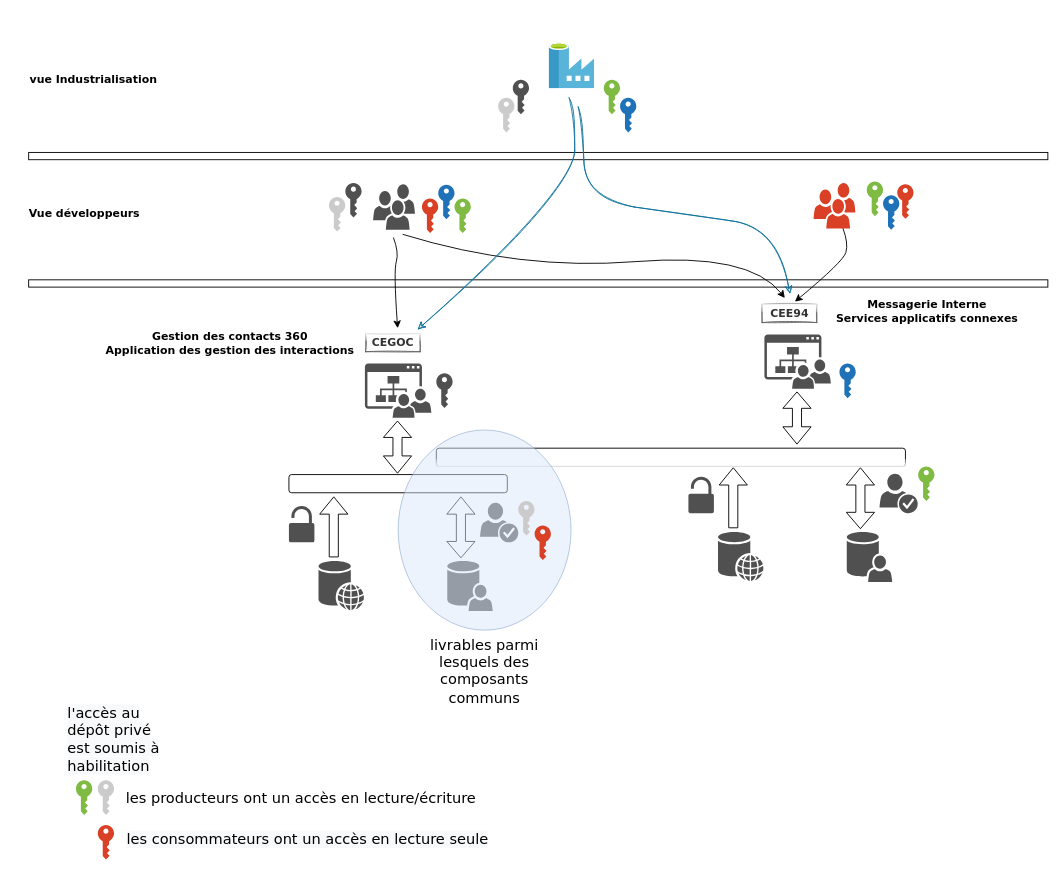
The draw.io diagram page "cia_arti_uld" (2 of 2) of cia_artifactory_diagram.drawio in jmrablat/diagrams, before the edit. Source tidied: cells renumbered, new cells numbered last; positions are measured from the earlier drawing's top-left corner, leaving out a move shared by most shapes. Both pictures are drawn from the tidied source at 91%, with x=0, y=0 at pixel (20, 43).
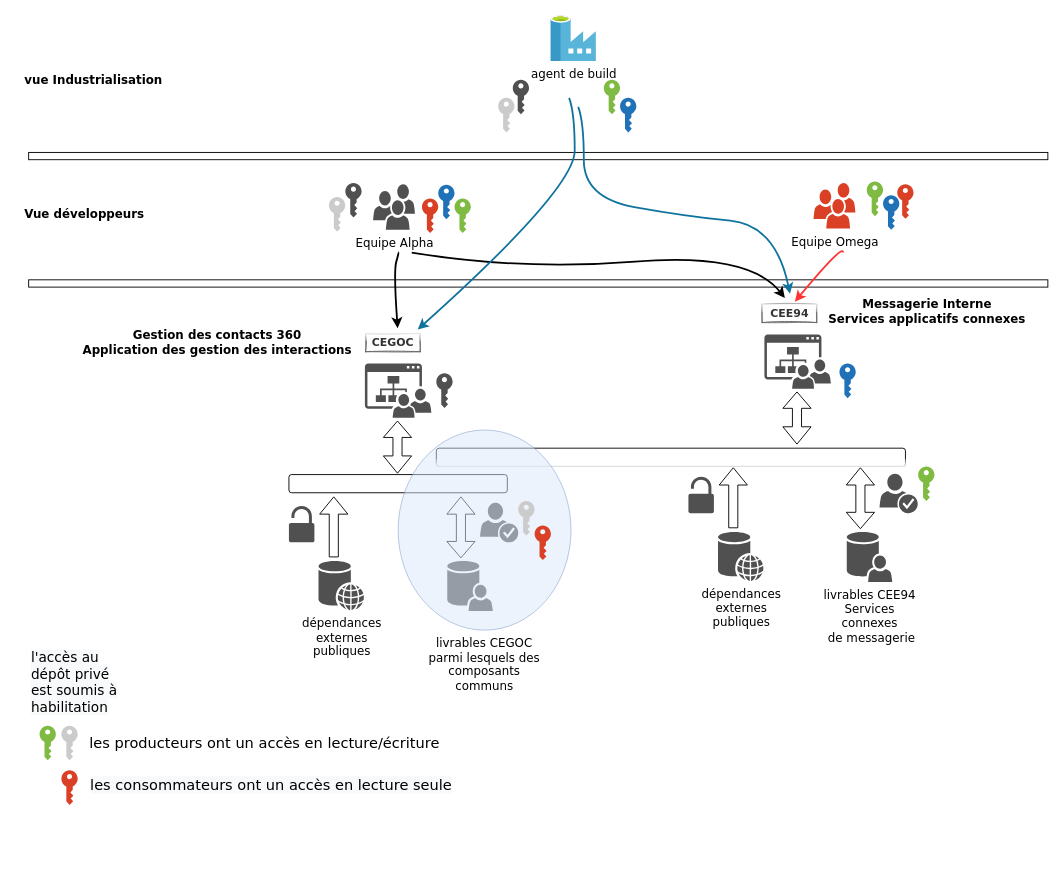
The same diagram, later.

Commit message:
uniformisation polices

The change refers to these unchanged cells:
```xml
<mxCell id="23" value="CEE94" style="text;align=center;verticalAlign=middle;points=[];fillColor=#f5f5f5;strokeColor=#666666;rounded=0;shadow=0;glass=1;sketch=1;fontFamily=Verdana;html=1;fontStyle=1;fontColor=#333333;" parent="1" vertex="1">
  <mxGeometry x="815" y="287" width="60" height="20" as="geometry" />
</mxCell>
<mxCell id="25" value="CEGOC" style="text;align=center;verticalAlign=middle;points=[];rounded=0;shadow=0;glass=1;sketch=1;fontFamily=Verdana;html=1;fontStyle=1;fillColor=#f5f5f5;strokeColor=#666666;fontColor=#333333;" parent="1" vertex="1">
  <mxGeometry x="379.2" y="319" width="60" height="20" as="geometry" />
</mxCell>
<mxCell id="54" style="whiteSpace=wrap;html=1;rounded=0;shadow=0;glass=1;sketch=0;fillColor=none;gradientColor=none;fontFamily=Verdana;fontSize=16;fontColor=#000000;" parent="1" vertex="1">
  <mxGeometry x="9" y="260" width="1120" height="8" as="geometry" />
</mxCell>
```

The edit, as a diff of the source:
```diff
@@
-    <mxCell id="4" style="shadow=0;dashed=0;html=1;strokeColor=none;fillColor=#505050;labelPosition=center;verticalLabelPosition=bottom;verticalAlign=top;align=center;shape=mxgraph.office.databases.web_store;sketch=0;" parent="1" vertex="1">
+    <mxCell id="4" value="dépendances&lt;br style=&quot;font-size: 13px&quot;&gt;externes&lt;br style=&quot;font-size: 13px&quot;&gt;publiques" style="shadow=0;dashed=0;html=1;strokeColor=none;fillColor=#505050;labelPosition=center;verticalLabelPosition=bottom;verticalAlign=top;align=center;shape=mxgraph.office.databases.web_store;sketch=0;fontSize=13;fontFamily=Verdana;" parent="1" vertex="1">
       <mxGeometry x="327.5" y="569" width="50" height="54" as="geometry" />
     </mxCell>
@@
-    <mxCell id="12" style="shadow=0;dashed=0;html=1;strokeColor=none;fillColor=#505050;labelPosition=center;verticalLabelPosition=bottom;verticalAlign=top;align=center;shape=mxgraph.office.users.users;sketch=0;" parent="1" vertex="1">
+    <mxCell id="12" value="Equipe Alpha" style="shadow=0;dashed=0;html=1;strokeColor=none;fillColor=#505050;labelPosition=center;verticalLabelPosition=bottom;verticalAlign=top;align=center;shape=mxgraph.office.users.users;sketch=0;fontFamily=Verdana;fontSize=13;" parent="1" vertex="1">
       <mxGeometry x="387.5" y="155" width="46" height="50" as="geometry" />
     </mxCell>
-    <mxCell id="13" style="shadow=0;dashed=0;html=1;strokeColor=none;fillColor=#505050;labelPosition=center;verticalLabelPosition=bottom;verticalAlign=top;align=center;shape=mxgraph.office.users.user_store;sketch=0;" parent="1" vertex="1">
+    <mxCell id="13" value="&lt;font style=&quot;font-size: 13px&quot;&gt;livrables CEE94&lt;br&gt;Services&lt;br&gt;connexes&lt;br&gt;&amp;nbsp;de messagerie&lt;/font&gt;" style="shadow=0;dashed=0;html=1;strokeColor=none;fillColor=#505050;labelPosition=center;verticalLabelPosition=bottom;verticalAlign=top;align=center;shape=mxgraph.office.users.user_store;sketch=0;fontFamily=Verdana;" parent="1" vertex="1">
       <mxGeometry x="908" y="537" width="50" height="55" as="geometry" />
     </mxCell>
-    <mxCell id="14" style="shadow=0;dashed=0;html=1;strokeColor=none;fillColor=#505050;labelPosition=center;verticalLabelPosition=bottom;verticalAlign=top;align=center;shape=mxgraph.office.databases.web_store;sketch=0;" parent="1" vertex="1">
+    <mxCell id="14" value="&lt;font style=&quot;font-size: 13px&quot;&gt;dépendances&lt;br&gt;externes&lt;br&gt;publiques&lt;/font&gt;" style="shadow=0;dashed=0;html=1;strokeColor=none;fillColor=#505050;labelPosition=center;verticalLabelPosition=bottom;verticalAlign=top;align=center;shape=mxgraph.office.databases.web_store;sketch=0;fontFamily=Verdana;" parent="1" vertex="1">
       <mxGeometry x="766.5" y="537" width="50" height="54" as="geometry" />
     </mxCell>
@@
-    <mxCell id="22" value="livrables parmi lesquels des&lt;br style=&quot;font-size: 16px;&quot;&gt;composants&lt;br style=&quot;font-size: 16px;&quot;&gt;communs" style="ellipse;whiteSpace=wrap;html=1;rounded=0;shadow=0;strokeWidth=1;fillColor=#dae8fc;fontSize=16;align=center;strokeColor=#6c8ebf;opacity=50;rotation=0;verticalAlign=top;labelPosition=center;verticalLabelPosition=bottom;fontFamily=Verdana;" parent="1" vertex="1">
+    <mxCell id="22" value="livrables CEGOC &lt;br&gt;parmi lesquels des&lt;br style=&quot;font-size: 13px&quot;&gt;composants&lt;br style=&quot;font-size: 13px&quot;&gt;communs" style="ellipse;whiteSpace=wrap;html=1;rounded=0;shadow=0;strokeWidth=1;fillColor=#dae8fc;fontSize=13;align=center;strokeColor=#6c8ebf;opacity=50;rotation=0;verticalAlign=top;labelPosition=center;verticalLabelPosition=bottom;fontFamily=Verdana;" parent="1" vertex="1">
       <mxGeometry x="415" y="425" width="190" height="220" as="geometry" />
     </mxCell>
@@
-    <mxCell id="24" value="Messagerie Interne&lt;br&gt;Services applicatifs connexes" style="text;html=1;align=center;verticalAlign=middle;fillColor=none;strokeColor=none;rounded=0;shadow=0;glass=1;sketch=1;fontFamily=Verdana;fontStyle=1;" parent="1" vertex="1">
-      <mxGeometry x="890.5" y="280" width="210" height="30" as="geometry" />
+    <mxCell id="24" value="Messagerie Interne&lt;br style=&quot;font-size: 13px;&quot;&gt;Services applicatifs connexes" style="text;html=1;align=center;verticalAlign=middle;fillColor=none;strokeColor=none;rounded=0;shadow=0;glass=1;sketch=1;fontFamily=Verdana;fontStyle=1;fontSize=13;" parent="1" vertex="1">
+      <mxGeometry x="880.5" y="275" width="230" height="40" as="geometry" />
     </mxCell>
@@
-    <mxCell id="26" value="Gestion des contacts 360&lt;br&gt;Application des gestion des interactions" style="text;html=1;align=center;verticalAlign=middle;fillColor=none;strokeColor=none;rounded=0;shadow=0;glass=1;sketch=1;fontFamily=Verdana;fontStyle=1;" parent="1" vertex="1">
-      <mxGeometry x="85" y="315" width="290" height="30" as="geometry" />
+    <mxCell id="26" value="Gestion des contacts 360&lt;br style=&quot;font-size: 13px;&quot;&gt;Application des gestion des interactions" style="text;html=1;align=center;verticalAlign=middle;fillColor=none;strokeColor=none;rounded=0;shadow=0;glass=1;sketch=1;fontFamily=Verdana;fontStyle=1;fontSize=13;" parent="1" vertex="1">
+      <mxGeometry x="61" y="309" width="310" height="40" as="geometry" />
     </mxCell>
-    <mxCell id="27" style="html=1;align=center;image;fontSize=12;image=img/lib/mscae/Data_Factory.svg;rounded=0;shadow=0;glass=1;sketch=0;fillColor=none;gradientColor=none;" parent="1" vertex="1">
-      <mxGeometry x="581" width="50" height="50" as="geometry" />
+    <mxCell id="27" value="agent de build" style="html=1;align=center;image;fontSize=13;image=img/lib/mscae/Data_Factory.svg;rounded=0;shadow=0;glass=1;sketch=0;fillColor=none;gradientColor=none;fontFamily=Verdana;" parent="1" vertex="1">
+      <mxGeometry x="582.9" y="-30" width="50" height="50" as="geometry" />
     </mxCell>
@@
-    <mxCell id="30" value="vue Industrialisation" style="text;html=1;align=center;verticalAlign=middle;fillColor=none;strokeColor=none;rounded=0;shadow=0;glass=1;sketch=1;fontFamily=Verdana;fontStyle=1;" parent="1" vertex="1">
-      <mxGeometry y="30" width="160" height="20" as="geometry" />
+    <mxCell id="30" value="vue Industrialisation" style="text;html=1;align=center;verticalAlign=middle;fillColor=none;strokeColor=none;rounded=0;shadow=0;glass=1;sketch=1;fontFamily=Verdana;fontStyle=1;fontSize=13;" parent="1" vertex="1">
+      <mxGeometry x="-5" y="30" width="170" height="20" as="geometry" />
     </mxCell>
-    <mxCell id="31" value="Vue développeurs" style="text;html=1;align=center;verticalAlign=middle;fillColor=none;strokeColor=none;rounded=0;shadow=0;glass=1;sketch=1;fontFamily=Verdana;fontStyle=1;" parent="1" vertex="1">
-      <mxGeometry y="178" width="140" height="20" as="geometry" />
+    <mxCell id="31" value="Vue développeurs" style="text;html=1;align=center;verticalAlign=middle;fillColor=none;strokeColor=none;rounded=0;shadow=0;glass=1;sketch=1;fontFamily=Verdana;fontStyle=1;fontSize=13;" parent="1" vertex="1">
+      <mxGeometry x="-5" y="178" width="150" height="20" as="geometry" />
     </mxCell>
@@
-    <mxCell id="34" style="shadow=0;dashed=0;html=1;strokeColor=none;labelPosition=center;verticalLabelPosition=bottom;verticalAlign=top;outlineConnect=0;align=center;shape=mxgraph.office.users.users;fillColor=#DA4026;rounded=0;glass=1;sketch=0;fontFamily=Verdana;fontSize=16;fontColor=#000000;" parent="1" vertex="1">
+    <mxCell id="34" value="Equipe Omega" style="shadow=0;dashed=0;html=1;strokeColor=none;labelPosition=center;verticalLabelPosition=bottom;verticalAlign=top;outlineConnect=0;align=center;shape=mxgraph.office.users.users;fillColor=#DA4026;rounded=0;glass=1;sketch=0;fontFamily=Verdana;fontSize=13;fontColor=#000000;" parent="1" vertex="1">
       <mxGeometry x="871.5" y="153.5" width="46" height="50" as="geometry" />
     </mxCell>
@@
     <mxCell id="48" style="shadow=0;dashed=0;html=1;strokeColor=none;labelPosition=center;verticalLabelPosition=bottom;verticalAlign=top;align=center;shape=mxgraph.office.security.key_permissions;fillColor=#CCCBCB;rounded=0;glass=1;sketch=0;fontFamily=Verdana;fontSize=16;fontColor=#000000;" parent="1" vertex="1">
-      <mxGeometry x="85" y="810" width="17.9" height="38" as="geometry" />
+      <mxGeometry x="45" y="750" width="17.9" height="38" as="geometry" />
     </mxCell>
     <mxCell id="49" value="les producteurs ont un accès en lecture/écriture" style="text;html=1;align=center;verticalAlign=middle;fillColor=none;strokeColor=none;rounded=0;shadow=0;glass=1;sketch=0;fontFamily=Verdana;fontSize=16;fontColor=#000000;" parent="1" vertex="1">
-      <mxGeometry x="107.9" y="819" width="400" height="20" as="geometry" />
+      <mxGeometry x="67.9" y="759" width="400" height="20" as="geometry" />
     </mxCell>
     <mxCell id="50" style="shadow=0;dashed=0;html=1;strokeColor=none;labelPosition=center;verticalLabelPosition=bottom;verticalAlign=top;align=center;shape=mxgraph.office.security.key_permissions;fillColor=#DA4026;rounded=0;glass=1;sketch=0;fontFamily=Verdana;fontSize=16;fontColor=#000000;" parent="1" vertex="1">
-      <mxGeometry x="85" y="859" width="17.9" height="38" as="geometry" />
+      <mxGeometry x="45" y="799" width="17.9" height="38" as="geometry" />
     </mxCell>
     <mxCell id="51" value="&lt;span style=&quot;color: rgb(0, 0, 0); font-family: verdana; font-size: 16px; font-style: normal; font-weight: 400; letter-spacing: normal; text-align: center; text-indent: 0px; text-transform: none; word-spacing: 0px; background-color: rgb(248, 249, 250); display: inline; float: none;&quot;&gt;les consommateurs ont un accès en lecture seule&lt;/span&gt;" style="text;whiteSpace=wrap;html=1;fontSize=16;fontFamily=Verdana;fontColor=#000000;" parent="1" vertex="1">
-      <mxGeometry x="115" y="859" width="420" height="30" as="geometry" />
+      <mxGeometry x="75" y="799" width="420" height="30" as="geometry" />
     </mxCell>
-    <mxCell id="52" value="&lt;span style=&quot;color: rgb(0, 0, 0); font-family: verdana; font-size: 16px; font-style: normal; font-weight: 400; letter-spacing: normal; text-align: center; text-indent: 0px; text-transform: none; word-spacing: 0px; background-color: rgb(248, 249, 250); display: inline; float: none;&quot;&gt;l'accès au dépôt privé est soumis à habilitation&lt;/span&gt;" style="text;whiteSpace=wrap;html=1;fontSize=16;fontFamily=Verdana;fontColor=#000000;" parent="1" vertex="1">
-      <mxGeometry x="50" y="720" width="110" height="30" as="geometry" />
+    <mxCell id="52" value="&lt;span style=&quot;color: rgb(0, 0, 0); font-family: verdana; font-size: 15px; font-style: normal; font-weight: 400; letter-spacing: normal; text-align: center; text-indent: 0px; text-transform: none; word-spacing: 0px; background-color: rgb(248, 249, 250); display: inline; float: none;&quot;&gt;l'accès au dépôt privé est soumis à habilitation&lt;/span&gt;" style="text;whiteSpace=wrap;html=1;fontSize=15;fontFamily=Verdana;fontColor=#000000;" parent="1" vertex="1">
+      <mxGeometry x="10" y="660" width="110" height="80" as="geometry" />
     </mxCell>
@@
-    <mxCell id="55" style="curved=1;endArrow=classic;html=1;fontFamily=Verdana;fontSize=16;fontColor=#000000;" parent="1" edge="1">
+    <mxCell id="55" style="curved=1;endArrow=classic;html=1;fontFamily=Verdana;fontSize=16;fontColor=#000000;strokeWidth=2;" parent="1" edge="1">
       <mxGeometry relative="1" as="geometry">
-        <mxPoint x="420" y="210" as="sourcePoint" />
+        <mxPoint x="430" y="230" as="sourcePoint" />
         <mxPoint x="840" y="280" as="targetPoint" />
         <Array as="points">
           <mxPoint x="550" y="250" />
           <mxPoint x="801" y="230" />
         </Array>
       </mxGeometry>
     </mxCell>
-    <mxCell id="56" style="curved=1;endArrow=classic;html=1;fontFamily=Verdana;fontSize=16;fontColor=#000000;entryX=0.6;entryY=-0.15;entryDx=0;entryDy=0;entryPerimeter=0;" parent="1" edge="1" source="34" target="23">
+    <mxCell id="56" style="curved=1;endArrow=classic;html=1;fontFamily=Verdana;fontSize=16;fontColor=#000000;entryX=0.6;entryY=-0.15;entryDx=0;entryDy=0;entryPerimeter=0;strokeColor=#FF3333;strokeWidth=2;" parent="1" edge="1" target="23">
       <mxGeometry relative="1" as="geometry">
+        <mxPoint x="904" y="230" as="sourcePoint" />
         <Array as="points">
-          <mxPoint x="910" y="220" />
-          <mxPoint x="904" y="240" />
+          <mxPoint x="904" y="220" />
         </Array>
       </mxGeometry>
     </mxCell>
-    <mxCell id="57" style="curved=1;endArrow=classic;html=1;fontFamily=Verdana;fontSize=16;fontColor=#000000;entryX=0.588;entryY=-0.291;entryDx=0;entryDy=0;entryPerimeter=0;" parent="1" edge="1" target="25">
+    <mxCell id="57" style="curved=1;endArrow=classic;html=1;fontFamily=Verdana;fontSize=16;fontColor=#000000;entryX=0.588;entryY=-0.291;entryDx=0;entryDy=0;entryPerimeter=0;strokeWidth=2;" parent="1" edge="1" target="25">
       <mxGeometry relative="1" as="geometry">
-        <mxPoint x="409.8" y="213.5" as="sourcePoint" />
+        <mxPoint x="415" y="230" as="sourcePoint" />
         <Array as="points">
           <mxPoint x="416" y="230" />
           <mxPoint x="410" y="250" />
         </Array>
       </mxGeometry>
     </mxCell>
-    <mxCell id="58" style="curved=1;endArrow=classic;html=1;fontFamily=Verdana;fontSize=16;fontColor=#000000;entryX=0.956;entryY=-0.222;entryDx=0;entryDy=0;entryPerimeter=0;sketch=1;fillColor=#b1ddf0;strokeColor=#10739e;" parent="1" edge="1" target="25">
+    <mxCell id="58" style="curved=1;endArrow=classic;html=1;fontFamily=Verdana;fontSize=16;fontColor=#000000;entryX=0.956;entryY=-0.222;entryDx=0;entryDy=0;entryPerimeter=0;sketch=0;fillColor=#b1ddf0;strokeColor=#10739e;strokeWidth=2;" parent="1" edge="1" target="25">
       <mxGeometry relative="1" as="geometry">
         <mxPoint x="602.9" y="60" as="sourcePoint" />
         <Array as="points">
           <mxPoint x="609.1" y="76.5" />
           <mxPoint x="609" y="160" />
         </Array>
       </mxGeometry>
     </mxCell>
-    <mxCell id="59" style="curved=1;endArrow=classic;html=1;fontFamily=Verdana;fontSize=16;fontColor=#000000;sketch=1;fillColor=#b1ddf0;strokeColor=#10739e;entryX=0.747;entryY=1.905;entryDx=0;entryDy=0;entryPerimeter=0;" parent="1" edge="1" target="54">
+    <mxCell id="59" style="curved=1;endArrow=classic;html=1;fontFamily=Verdana;fontSize=16;fontColor=#000000;sketch=0;fillColor=#b1ddf0;strokeColor=#10739e;entryX=0.747;entryY=1.905;entryDx=0;entryDy=0;entryPerimeter=0;strokeWidth=2;" parent="1" edge="1" target="54">
       <mxGeometry relative="1" as="geometry">
         <mxPoint x="612.9" y="70" as="sourcePoint" />
         <Array as="points">
           <mxPoint x="619.1" y="86.5" />
           <mxPoint x="619" y="170" />
           <mxPoint x="730" y="190" />
           <mxPoint x="830" y="200" />
         </Array>
       </mxGeometry>
     </mxCell>
     <mxCell id="60" style="shadow=0;dashed=0;html=1;strokeColor=none;labelPosition=center;verticalLabelPosition=bottom;verticalAlign=top;align=center;shape=mxgraph.office.security.key_permissions;fillColor=#7FBA42;rounded=0;glass=1;sketch=0;fontFamily=Verdana;fontSize=16;fontColor=#000000;" parent="1" vertex="1">
-      <mxGeometry x="61" y="810" width="17.9" height="38" as="geometry" />
+      <mxGeometry x="21" y="750" width="17.9" height="38" as="geometry" />
     </mxCell>
```
